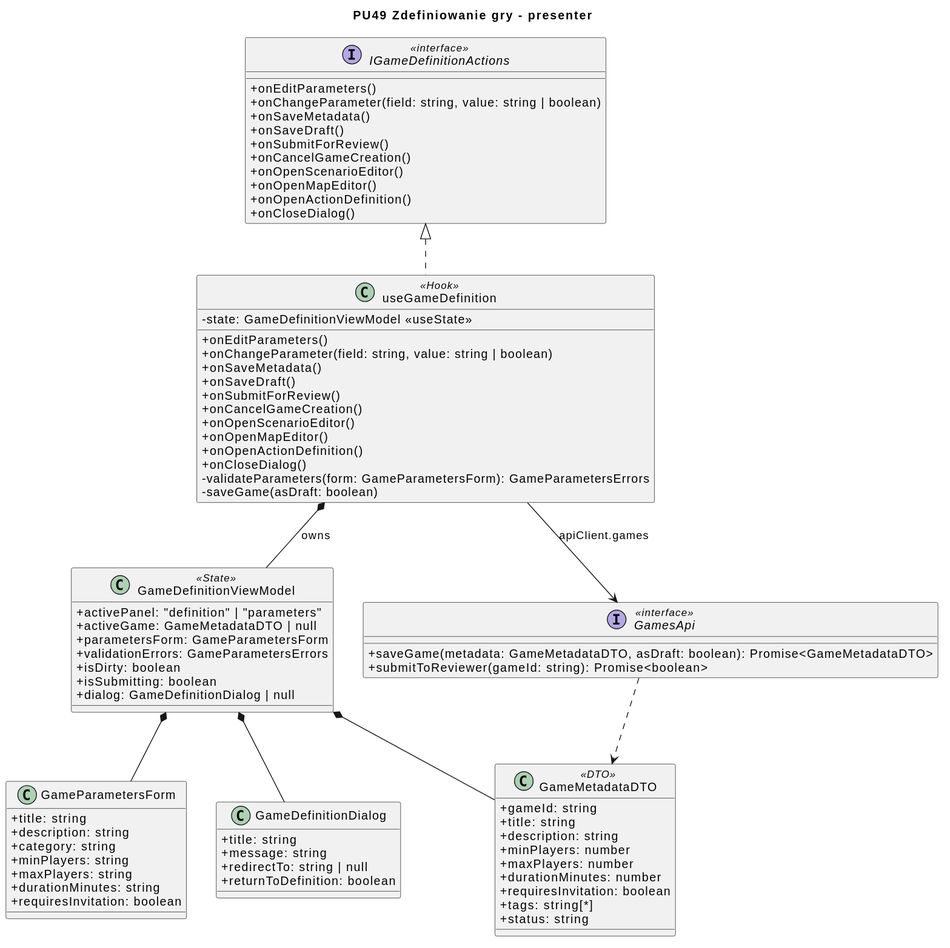
Earlier version of the PlantUML export diagrams/frontend/rendered/game-definition-presenter.svg (Igor-Ochocki/POP-2026Z). The source it was exported from:
```plantuml
@startuml
skinparam classAttributeIconSize 0
skinparam packageStyle rectangle
skinparam shadowing false
skinparam roundcorner 4
skinparam linetype polyline

title PU49 Zdefiniowanie gry - presenter

class useGameDefinition <<Hook>> {
    - state: GameDefinitionViewModel <<useState>>
    + onEditParameters()
    + onChangeParameter(field: string, value: string | boolean)
    + onSaveMetadata()
    + onSaveDraft()
    + onSubmitForReview()
    + onCancelGameCreation()
    + onOpenScenarioEditor()
    + onOpenMapEditor()
    + onOpenActionDefinition()
    + onCloseDialog()
    - validateParameters(form: GameParametersForm): GameParametersErrors
    - saveGame(asDraft: boolean)
}

interface IGameDefinitionActions <<interface>> {
    + onEditParameters()
    + onChangeParameter(field: string, value: string | boolean)
    + onSaveMetadata()
    + onSaveDraft()
    + onSubmitForReview()
    + onCancelGameCreation()
    + onOpenScenarioEditor()
    + onOpenMapEditor()
    + onOpenActionDefinition()
    + onCloseDialog()
}

class GameDefinitionViewModel <<State>> {
    + activePanel: "definition" | "parameters"
    + activeGame: GameMetadataDTO | null
    + parametersForm: GameParametersForm
    + validationErrors: GameParametersErrors
    + isDirty: boolean
    + isSubmitting: boolean
    + dialog: GameDefinitionDialog | null
}

class GameParametersForm {
    + title: string
    + description: string
    + category: string
    + minPlayers: string
    + maxPlayers: string
    + durationMinutes: string
    + requiresInvitation: boolean
}

class GameDefinitionDialog {
    + title: string
    + message: string
    + redirectTo: string | null
    + returnToDefinition: boolean
}

class GameMetadataDTO <<DTO>> {
    + gameId: string
    + title: string
    + description: string
    + minPlayers: number
    + maxPlayers: number
    + durationMinutes: number
    + requiresInvitation: boolean
    + tags: string[*]
    + status: string
}

interface GamesApi <<interface>> {
    + saveGame(metadata: GameMetadataDTO, asDraft: boolean): Promise<GameMetadataDTO>
    + submitToReviewer(gameId: string): Promise<boolean>
}

useGameDefinition .u.|> IGameDefinitionActions
useGameDefinition *-- GameDefinitionViewModel : owns
useGameDefinition --> GamesApi : apiClient.games

GameDefinitionViewModel *-- GameParametersForm
GameDefinitionViewModel *-- GameDefinitionDialog
GameDefinitionViewModel *-- GameMetadataDTO
GamesApi ..> GameMetadataDTO
@enduml
```
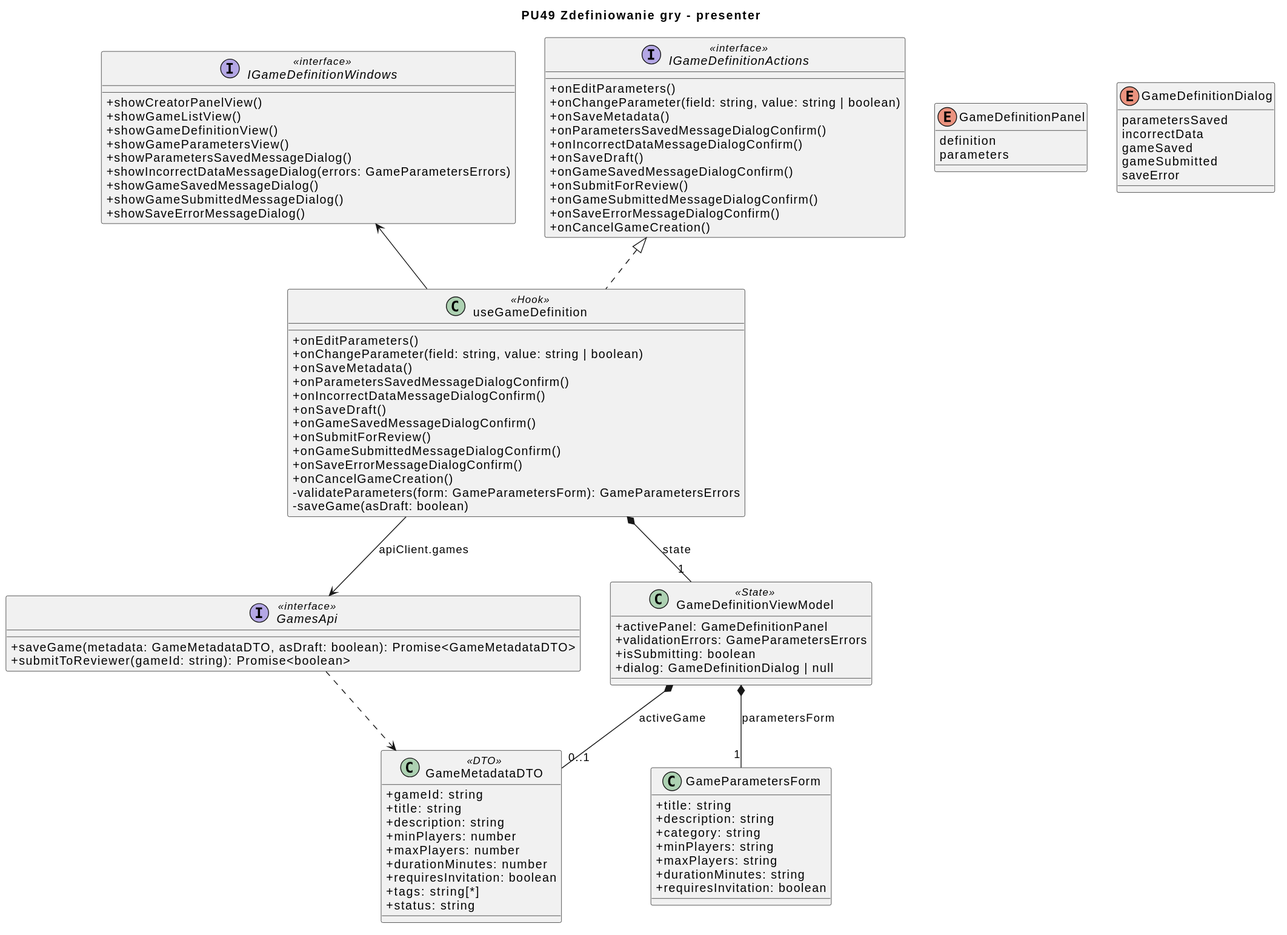
Later version of the same file.

Commit message:
PU49/fe: diagramy po review - interfejs okien, metody widoków, bez dublowania kompozycji

The edit, as a diff of the source:
```diff
@@ -8,17 +8,17 @@
 title PU49 Zdefiniowanie gry - presenter
 
 class useGameDefinition <<Hook>> {
-    - state: GameDefinitionViewModel <<useState>>
     + onEditParameters()
     + onChangeParameter(field: string, value: string | boolean)
     + onSaveMetadata()
+    + onParametersSavedMessageDialogConfirm()
+    + onIncorrectDataMessageDialogConfirm()
     + onSaveDraft()
+    + onGameSavedMessageDialogConfirm()
     + onSubmitForReview()
+    + onGameSubmittedMessageDialogConfirm()
+    + onSaveErrorMessageDialogConfirm()
     + onCancelGameCreation()
-    + onOpenScenarioEditor()
-    + onOpenMapEditor()
-    + onOpenActionDefinition()
-    + onCloseDialog()
     - validateParameters(form: GameParametersForm): GameParametersErrors
     - saveGame(asDraft: boolean)
 }
@@ -27,23 +27,51 @@
     + onEditParameters()
     + onChangeParameter(field: string, value: string | boolean)
     + onSaveMetadata()
+    + onParametersSavedMessageDialogConfirm()
+    + onIncorrectDataMessageDialogConfirm()
     + onSaveDraft()
+    + onGameSavedMessageDialogConfirm()
     + onSubmitForReview()
+    + onGameSubmittedMessageDialogConfirm()
+    + onSaveErrorMessageDialogConfirm()
     + onCancelGameCreation()
-    + onOpenScenarioEditor()
-    + onOpenMapEditor()
-    + onOpenActionDefinition()
-    + onCloseDialog()
+}
+
+interface IGameDefinitionWindows <<interface>> {
+    + showCreatorPanelView()
+    + showGameListView()
+    + showGameDefinitionView()
+    + showGameParametersView()
+    + showParametersSavedMessageDialog()
+    + showIncorrectDataMessageDialog(errors: GameParametersErrors)
+    + showGameSavedMessageDialog()
+    + showGameSubmittedMessageDialog()
+    + showSaveErrorMessageDialog()
+}
+
+interface GamesApi <<interface>> {
+    + saveGame(metadata: GameMetadataDTO, asDraft: boolean): Promise<GameMetadataDTO>
+    + submitToReviewer(gameId: string): Promise<boolean>
 }
 
 class GameDefinitionViewModel <<State>> {
-    + activePanel: "definition" | "parameters"
-    + activeGame: GameMetadataDTO | null
-    + parametersForm: GameParametersForm
+    + activePanel: GameDefinitionPanel
     + validationErrors: GameParametersErrors
-    + isDirty: boolean
     + isSubmitting: boolean
     + dialog: GameDefinitionDialog | null
+}
+
+enum GameDefinitionPanel {
+    definition
+    parameters
+}
+
+enum GameDefinitionDialog {
+    parametersSaved
+    incorrectData
+    gameSaved
+    gameSubmitted
+    saveError
 }
 
 class GameParametersForm {
@@ -54,13 +82,6 @@
     + maxPlayers: string
     + durationMinutes: string
     + requiresInvitation: boolean
-}
-
-class GameDefinitionDialog {
-    + title: string
-    + message: string
-    + redirectTo: string | null
-    + returnToDefinition: boolean
 }
 
 class GameMetadataDTO <<DTO>> {
@@ -75,17 +96,12 @@
     + status: string
 }
 
-interface GamesApi <<interface>> {
-    + saveGame(metadata: GameMetadataDTO, asDraft: boolean): Promise<GameMetadataDTO>
-    + submitToReviewer(gameId: string): Promise<boolean>
-}
+useGameDefinition .u.|> IGameDefinitionActions
+useGameDefinition -u-> IGameDefinitionWindows
+useGameDefinition --> GamesApi : apiClient.games
+useGameDefinition *-- "1" GameDefinitionViewModel : state
 
-useGameDefinition .u.|> IGameDefinitionActions
-useGameDefinition *-- GameDefinitionViewModel : owns
-useGameDefinition --> GamesApi : apiClient.games
-
-GameDefinitionViewModel *-- GameParametersForm
-GameDefinitionViewModel *-- GameDefinitionDialog
-GameDefinitionViewModel *-- GameMetadataDTO
+GameDefinitionViewModel *-- "1" GameParametersForm : parametersForm
+GameDefinitionViewModel *-- "0..1" GameMetadataDTO : activeGame
 GamesApi ..> GameMetadataDTO
 @enduml
```
